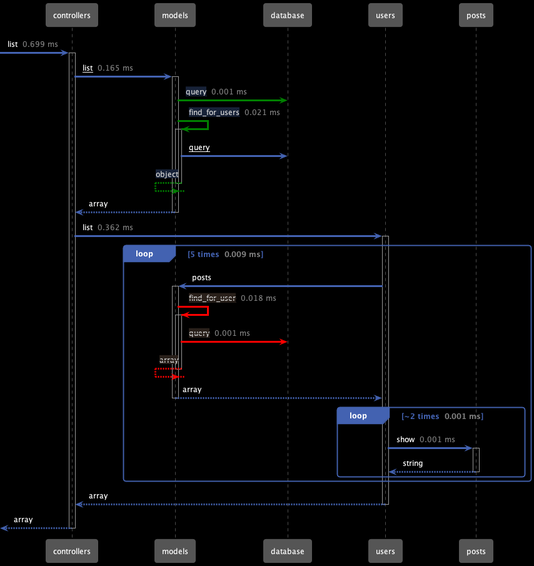
Earlier version of the PlantUML export packages/sequence-diagram/tests/fixtures/sequenceDiagrams/listVsListWithPrefetch.sequence.png (getappmap/appmap-js). Its diagram source:
```plantuml
@startuml
!includeurl https://raw.githubusercontent.com/getappmap/plantuml-theme/main/appmap-theme.puml
participant controllers as "controllers"
participant models as "models"
participant database as "database"
participant users as "users"
participant posts as "posts"
  [->controllers: list <color:gray> 0.699 ms</color>
  activate controllers
    controllers->models: <u>list</u> <color:gray> 0.165 ms</color>
    activate models
      models-[#green]>database: <u><color:lightgray><back:#172238>query</back></color></u> <color:gray> 0.001 ms</color>
      models-[#green]>models: <u><color:lightgray><back:#172238>find_for_users</back></color></u> <color:gray> 0.021 ms</color>
      activate models
        models->database: <u>query</u>
      models<[#green]--models: <color:lightgray><back:#172238>object</back></color>
      deactivate models
    controllers<--models: array
    deactivate models
    controllers->users: list <color:gray> 0.362 ms</color>
    activate users
      Loop 5 times <color:gray> 0.009 ms</color>
        users->models: posts
        activate models
          models-[#red]>models: <u><color:lightgray><back:#29201A>--find_for_user--</back></color></u> <color:gray> 0.018 ms</color>
          activate models
            models-[#red]>database: <u><color:lightgray><back:#29201A><s>query</s></back></color></u> <color:gray> 0.001 ms</color>
          models<[#red]--models: <color:lightgray><back:#29201A>--array--</back></color>
          deactivate models
        users<--models: array
        deactivate models
        Loop ~2 times <color:gray> 0.001 ms</color>
          users->posts: show <color:gray> 0.001 ms</color>
          activate posts
          users<--posts: string
          deactivate posts
        End
      End
    controllers<--users: array
    deactivate users
  [<--controllers: array
  deactivate controllers
@enduml
```
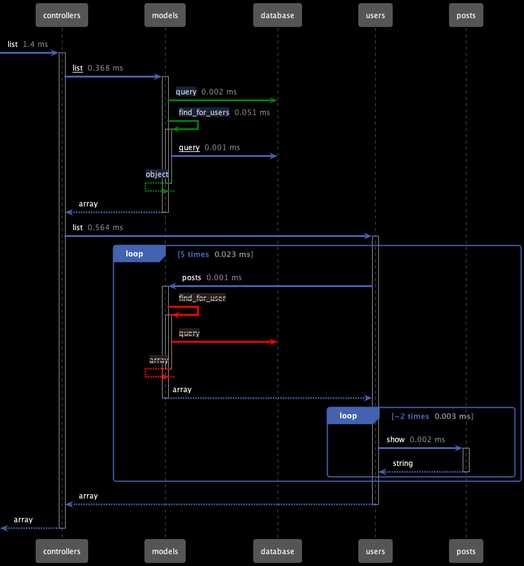
Later version of the same file.

What changed in the source:
```diff
@@ -5,32 +5,32 @@
 participant database as "database"
 participant users as "users"
 participant posts as "posts"
-  [->controllers: list <color:gray> 0.699 ms</color>
+  [->controllers: list <color:gray> 1.4 ms</color>
   activate controllers
-    controllers->models: <u>list</u> <color:gray> 0.165 ms</color>
+    controllers->models: <u>list</u> <color:gray> 0.368 ms</color>
     activate models
-      models-[#green]>database: <u><color:lightgray><back:#172238>query</back></color></u> <color:gray> 0.001 ms</color>
-      models-[#green]>models: <u><color:lightgray><back:#172238>find_for_users</back></color></u> <color:gray> 0.021 ms</color>
+      models-[#green]>database: <u><color:lightgray><back:#172238>query</back></color></u> <color:gray> 0.002 ms</color>
+      models-[#green]>models: <u><color:lightgray><back:#172238>find_for_users</back></color></u> <color:gray> 0.051 ms</color>
       activate models
-        models->database: <u>query</u>
+        models->database: <u>query</u> <color:gray> 0.001 ms</color>
       models<[#green]--models: <color:lightgray><back:#172238>object</back></color>
       deactivate models
     controllers<--models: array
     deactivate models
-    controllers->users: list <color:gray> 0.362 ms</color>
+    controllers->users: list <color:gray> 0.564 ms</color>
     activate users
-      Loop 5 times <color:gray> 0.009 ms</color>
-        users->models: posts
+      Loop 5 times <color:gray> 0.023 ms</color>
+        users->models: posts <color:gray> 0.001 ms</color>
         activate models
-          models-[#red]>models: <u><color:lightgray><back:#29201A>--find_for_user--</back></color></u> <color:gray> 0.018 ms</color>
+          models-[#red]>models: <color:lightgray><back:#29201A>--find_for_user--</back></color>
           activate models
-            models-[#red]>database: <u><color:lightgray><back:#29201A><s>query</s></back></color></u> <color:gray> 0.001 ms</color>
+            models-[#red]>database: <color:lightgray><back:#29201A>--query--</back></color>
           models<[#red]--models: <color:lightgray><back:#29201A>--array--</back></color>
           deactivate models
         users<--models: array
         deactivate models
-        Loop ~2 times <color:gray> 0.001 ms</color>
-          users->posts: show <color:gray> 0.001 ms</color>
+        Loop ~2 times <color:gray> 0.003 ms</color>
+          users->posts: show <color:gray> 0.002 ms</color>
           activate posts
           users<--posts: string
           deactivate posts
```
